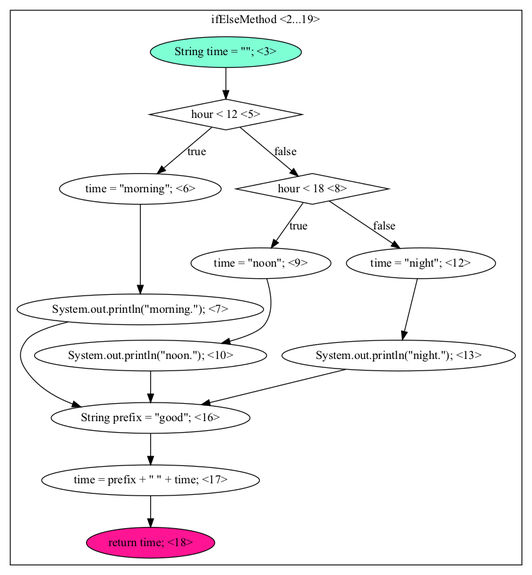
The Graphviz diagram graph-outputs/output/control-flow.dot.png in nashid/TinyPDG, before a commit. Its source is kept beside it as graph-outputs/control-flow.dot.
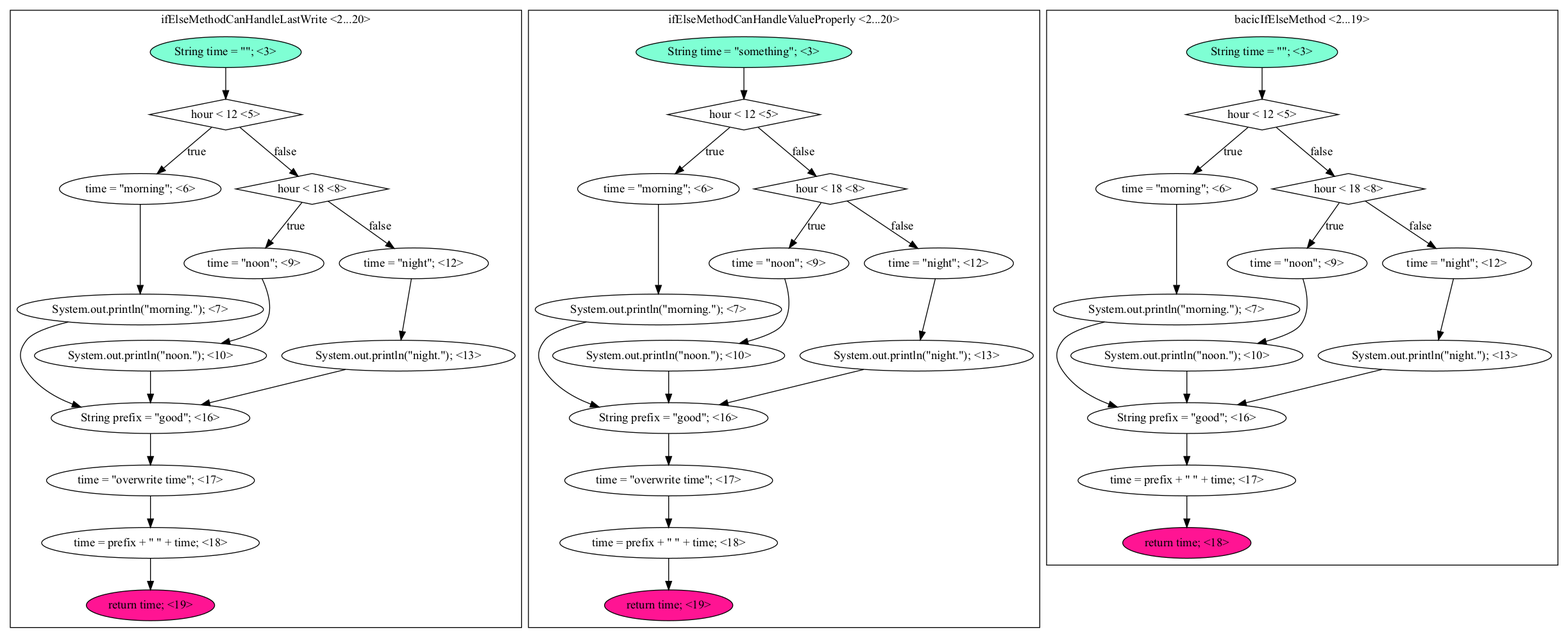
Later version of the same file.

What changed in the source:
```diff
@@ -1,6 +1,6 @@
 digraph CFG {
 subgraph cluster0 {
-label = "ifElseMethod <2...19>";
+label = "ifElseMethodCanHandleLastWrite <2...20>";
 0.0 [style = filled, label = "String time = \"\"; <3>", fillcolor = aquamarine, shape = ellipse];
 0.1 [style = filled, label = "hour < 12 <5>", fillcolor = white, shape = diamond];
 0.2 [style = filled, label = "time = \"morning\"; <6>", fillcolor = white, shape = ellipse];
@@ -11,8 +11,9 @@
 0.7 [style = filled, label = "time = \"night\"; <12>", fillcolor = white, shape = ellipse];
 0.8 [style = filled, label = "System.out.println(\"night.\"); <13>", fillcolor = white, shape = ellipse];
 0.9 [style = filled, label = "String prefix = \"good\"; <16>", fillcolor = white, shape = ellipse];
-0.10 [style = filled, label = "time = prefix + \" \" + time; <17>", fillcolor = white, shape = ellipse];
-0.11 [style = filled, label = "return time; <18>", fillcolor = deeppink, shape = ellipse];
+0.10 [style = filled, label = "time = \"overwrite time\"; <17>", fillcolor = white, shape = ellipse];
+0.11 [style = filled, label = "time = prefix + \" \" + time; <18>", fillcolor = white, shape = ellipse];
+0.12 [style = filled, label = "return time; <19>", fillcolor = deeppink, shape = ellipse];
 0.0 -> 0.1 [style = solid, label=""];
 0.1 -> 0.2 [style = solid, label="true"];
 0.1 -> 0.4 [style = solid, label="false"];
@@ -26,5 +27,64 @@
 0.8 -> 0.9 [style = solid, label=""];
 0.9 -> 0.10 [style = solid, label=""];
 0.10 -> 0.11 [style = solid, label=""];
+0.11 -> 0.12 [style = solid, label=""];
+}
+subgraph cluster1 {
+label = "ifElseMethodCanHandleValueProperly <2...20>";
+1.0 [style = filled, label = "String time = \"something\"; <3>", fillcolor = aquamarine, shape = ellipse];
+1.1 [style = filled, label = "hour < 12 <5>", fillcolor = white, shape = diamond];
+1.2 [style = filled, label = "time = \"morning\"; <6>", fillcolor = white, shape = ellipse];
+1.3 [style = filled, label = "System.out.println(\"morning.\"); <7>", fillcolor = white, shape = ellipse];
+1.4 [style = filled, label = "hour < 18 <8>", fillcolor = white, shape = diamond];
+1.5 [style = filled, label = "time = \"noon\"; <9>", fillcolor = white, shape = ellipse];
+1.6 [style = filled, label = "System.out.println(\"noon.\"); <10>", fillcolor = white, shape = ellipse];
+1.7 [style = filled, label = "time = \"night\"; <12>", fillcolor = white, shape = ellipse];
+1.8 [style = filled, label = "System.out.println(\"night.\"); <13>", fillcolor = white, shape = ellipse];
+1.9 [style = filled, label = "String prefix = \"good\"; <16>", fillcolor = white, shape = ellipse];
+1.10 [style = filled, label = "time = \"overwrite time\"; <17>", fillcolor = white, shape = ellipse];
+1.11 [style = filled, label = "time = prefix + \" \" + time; <18>", fillcolor = white, shape = ellipse];
+1.12 [style = filled, label = "return time; <19>", fillcolor = deeppink, shape = ellipse];
+1.0 -> 1.1 [style = solid, label=""];
+1.1 -> 1.2 [style = solid, label="true"];
+1.1 -> 1.4 [style = solid, label="false"];
+1.2 -> 1.3 [style = solid, label=""];
+1.3 -> 1.9 [style = solid, label=""];
+1.4 -> 1.5 [style = solid, label="true"];
+1.4 -> 1.7 [style = solid, label="false"];
+1.5 -> 1.6 [style = solid, label=""];
+1.6 -> 1.9 [style = solid, label=""];
+1.7 -> 1.8 [style = solid, label=""];
+1.8 -> 1.9 [style = solid, label=""];
+1.9 -> 1.10 [style = solid, label=""];
+1.10 -> 1.11 [style = solid, label=""];
+1.11 -> 1.12 [style = solid, label=""];
+}
+subgraph cluster2 {
+label = "bacicIfElseMethod <2...19>";
+2.0 [style = filled, label = "String time = \"\"; <3>", fillcolor = aquamarine, shape = ellipse];
+2.1 [style = filled, label = "hour < 12 <5>", fillcolor = white, shape = diamond];
+2.2 [style = filled, label = "time = \"morning\"; <6>", fillcolor = white, shape = ellipse];
+2.3 [style = filled, label = "System.out.println(\"morning.\"); <7>", fillcolor = white, shape = ellipse];
+2.4 [style = filled, label = "hour < 18 <8>", fillcolor = white, shape = diamond];
+2.5 [style = filled, label = "time = \"noon\"; <9>", fillcolor = white, shape = ellipse];
+2.6 [style = filled, label = "System.out.println(\"noon.\"); <10>", fillcolor = white, shape = ellipse];
+2.7 [style = filled, label = "time = \"night\"; <12>", fillcolor = white, shape = ellipse];
+2.8 [style = filled, label = "System.out.println(\"night.\"); <13>", fillcolor = white, shape = ellipse];
+2.9 [style = filled, label = "String prefix = \"good\"; <16>", fillcolor = white, shape = ellipse];
+2.10 [style = filled, label = "time = prefix + \" \" + time; <17>", fillcolor = white, shape = ellipse];
+2.11 [style = filled, label = "return time; <18>", fillcolor = deeppink, shape = ellipse];
+2.0 -> 2.1 [style = solid, label=""];
+2.1 -> 2.2 [style = solid, label="true"];
+2.1 -> 2.4 [style = solid, label="false"];
+2.2 -> 2.3 [style = solid, label=""];
+2.3 -> 2.9 [style = solid, label=""];
+2.4 -> 2.5 [style = solid, label="true"];
+2.4 -> 2.7 [style = solid, label="false"];
+2.5 -> 2.6 [style = solid, label=""];
+2.6 -> 2.9 [style = solid, label=""];
+2.7 -> 2.8 [style = solid, label=""];
+2.8 -> 2.9 [style = solid, label=""];
+2.9 -> 2.10 [style = solid, label=""];
+2.10 -> 2.11 [style = solid, label=""];
 }
 }
```
